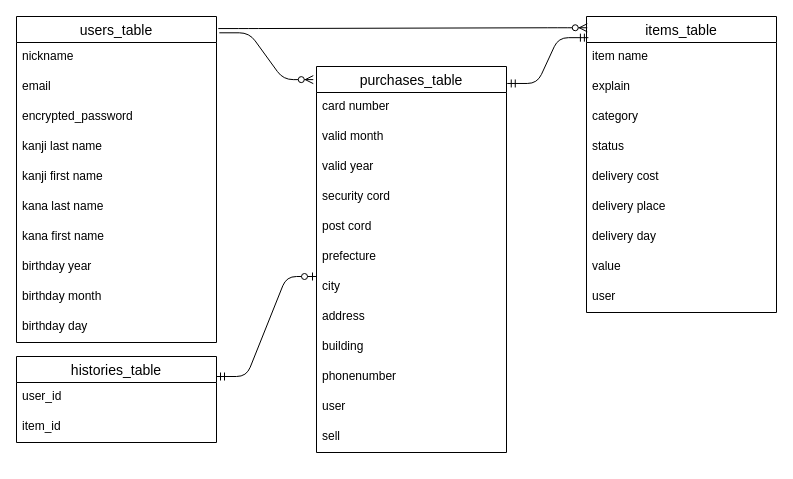
This is furima.dio from Soma1412/furima-37182, a draw.io file, before an edit. Source tidied: cells renumbered, new cells numbered last; positions are measured from the earlier drawing's top-left corner, leaving out a move shared by most shapes. Both pictures are drawn from the tidied source at 100%, with x=0, y=0 at pixel (16, 16).
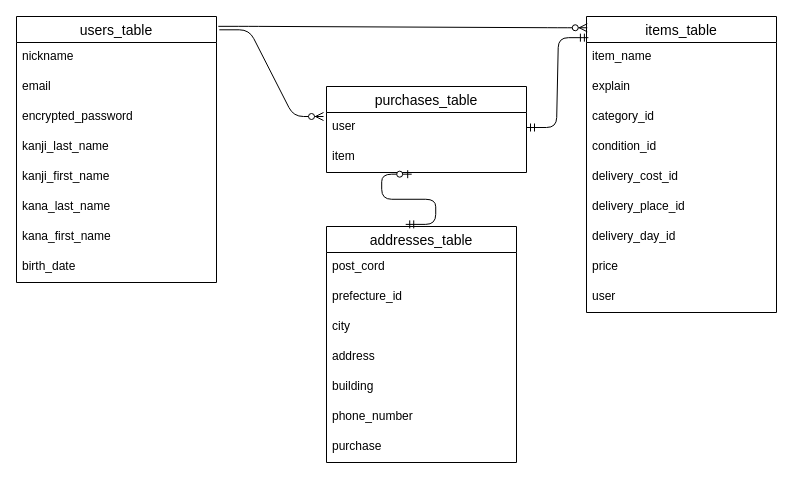
Above is the later version.

Commit message (it also covers changes not shown here):
データベース設計の修正

The change refers to these unchanged cells:
```xml
<mxCell id="13" value="items_table" style="swimlane;fontStyle=0;horizontal=1;startSize=26;align=center;fontSize=14;" parent="1" vertex="1">
  <mxGeometry x="570" width="190" height="296" as="geometry" />
</mxCell>
```

Change to the diagram source:
```diff
@@
     <mxCell id="2" value="users_table" style="swimlane;fontStyle=0;horizontal=1;startSize=26;align=center;fontSize=14;" parent="1" vertex="1">
-      <mxGeometry width="200" height="326" as="geometry" />
+      <mxGeometry width="200" height="266" as="geometry" />
     </mxCell>
@@
-    <mxCell id="6" value="kanji last name" style="text;strokeColor=none;fillColor=none;spacingLeft=4;spacingRight=4;overflow=hidden;fontSize=12;" parent="2" vertex="1">
+    <mxCell id="6" value="kanji_last_name" style="text;strokeColor=none;fillColor=none;spacingLeft=4;spacingRight=4;overflow=hidden;fontSize=12;" parent="2" vertex="1">
       <mxGeometry y="116" width="200" height="30" as="geometry" />
     </mxCell>
-    <mxCell id="7" value="kanji first name" style="text;strokeColor=none;fillColor=none;spacingLeft=4;spacingRight=4;overflow=hidden;fontSize=12;" parent="2" vertex="1">
+    <mxCell id="7" value="kanji_first_name" style="text;strokeColor=none;fillColor=none;spacingLeft=4;spacingRight=4;overflow=hidden;fontSize=12;" parent="2" vertex="1">
       <mxGeometry y="146" width="200" height="30" as="geometry" />
     </mxCell>
-    <mxCell id="8" value="kana last name" style="text;strokeColor=none;fillColor=none;spacingLeft=4;spacingRight=4;overflow=hidden;fontSize=12;" parent="2" vertex="1">
+    <mxCell id="8" value="kana_last_name" style="text;strokeColor=none;fillColor=none;spacingLeft=4;spacingRight=4;overflow=hidden;fontSize=12;" parent="2" vertex="1">
       <mxGeometry y="176" width="200" height="30" as="geometry" />
     </mxCell>
-    <mxCell id="9" value="kana first name" style="text;strokeColor=none;fillColor=none;spacingLeft=4;spacingRight=4;overflow=hidden;fontSize=12;" parent="2" vertex="1">
+    <mxCell id="9" value="kana_first_name" style="text;strokeColor=none;fillColor=none;spacingLeft=4;spacingRight=4;overflow=hidden;fontSize=12;" parent="2" vertex="1">
       <mxGeometry y="206" width="200" height="30" as="geometry" />
     </mxCell>
-    <mxCell id="10" value="birthday year" style="text;strokeColor=none;fillColor=none;spacingLeft=4;spacingRight=4;overflow=hidden;fontSize=12;" parent="2" vertex="1">
-      <mxGeometry y="236" width="200" height="30" as="geometry" />
-    </mxCell>
-    <mxCell id="11" value="birthday month" style="text;strokeColor=none;fillColor=none;spacingLeft=4;spacingRight=4;overflow=hidden;fontSize=12;" parent="2" vertex="1">
-      <mxGeometry y="266" width="200" height="30" as="geometry" />
-    </mxCell>
-    <mxCell id="12" value="birthday day" style="text;strokeColor=none;fillColor=none;spacingLeft=4;spacingRight=4;overflow=hidden;fontSize=12;" parent="2" vertex="1">
-      <mxGeometry y="296" width="200" height="30" as="geometry" />
+    <mxCell id="12" value="birth_date" style="text;strokeColor=none;fillColor=none;spacingLeft=4;spacingRight=4;overflow=hidden;fontSize=12;" parent="2" vertex="1">
+      <mxGeometry y="236" width="200" height="30" as="geometry" />
     </mxCell>
@@
-    <mxCell id="14" value="item name" style="text;strokeColor=none;fillColor=none;spacingLeft=4;spacingRight=4;overflow=hidden;points=[[0,0.5],[1,0.5]];portConstraint=eastwest;fontSize=12;" parent="13" vertex="1">
+    <mxCell id="14" value="item_name" style="text;strokeColor=none;fillColor=none;spacingLeft=4;spacingRight=4;overflow=hidden;points=[[0,0.5],[1,0.5]];portConstraint=eastwest;fontSize=12;" parent="13" vertex="1">
       <mxGeometry y="26" width="190" height="30" as="geometry" />
     </mxCell>
@@
-    <mxCell id="16" value="category" style="text;strokeColor=none;fillColor=none;spacingLeft=4;spacingRight=4;overflow=hidden;fontSize=12;" parent="13" vertex="1">
+    <mxCell id="16" value="category_id" style="text;strokeColor=none;fillColor=none;spacingLeft=4;spacingRight=4;overflow=hidden;fontSize=12;" parent="13" vertex="1">
       <mxGeometry y="86" width="190" height="30" as="geometry" />
     </mxCell>
-    <mxCell id="17" value="status" style="text;strokeColor=none;fillColor=none;spacingLeft=4;spacingRight=4;overflow=hidden;fontSize=12;" parent="13" vertex="1">
+    <mxCell id="17" value="condition_id" style="text;strokeColor=none;fillColor=none;spacingLeft=4;spacingRight=4;overflow=hidden;fontSize=12;" parent="13" vertex="1">
       <mxGeometry y="116" width="190" height="30" as="geometry" />
     </mxCell>
-    <mxCell id="18" value="delivery cost" style="text;strokeColor=none;fillColor=none;spacingLeft=4;spacingRight=4;overflow=hidden;fontSize=12;" parent="13" vertex="1">
+    <mxCell id="18" value="delivery_cost_id" style="text;strokeColor=none;fillColor=none;spacingLeft=4;spacingRight=4;overflow=hidden;fontSize=12;" parent="13" vertex="1">
       <mxGeometry y="146" width="190" height="30" as="geometry" />
     </mxCell>
-    <mxCell id="19" value="delivery place" style="text;strokeColor=none;fillColor=none;spacingLeft=4;spacingRight=4;overflow=hidden;fontSize=12;" parent="13" vertex="1">
+    <mxCell id="19" value="delivery_place_id" style="text;strokeColor=none;fillColor=none;spacingLeft=4;spacingRight=4;overflow=hidden;fontSize=12;" parent="13" vertex="1">
       <mxGeometry y="176" width="190" height="30" as="geometry" />
     </mxCell>
-    <mxCell id="20" value="delivery day" style="text;strokeColor=none;fillColor=none;spacingLeft=4;spacingRight=4;overflow=hidden;fontSize=12;" parent="13" vertex="1">
+    <mxCell id="20" value="delivery_day_id" style="text;strokeColor=none;fillColor=none;spacingLeft=4;spacingRight=4;overflow=hidden;fontSize=12;" parent="13" vertex="1">
       <mxGeometry y="206" width="190" height="30" as="geometry" />
     </mxCell>
-    <mxCell id="21" value="value" style="text;strokeColor=none;fillColor=none;spacingLeft=4;spacingRight=4;overflow=hidden;fontSize=12;" parent="13" vertex="1">
-      <mxGeometry y="236" width="190" height="30" as="geometry" />
-    </mxCell>
+    <mxCell id="43" value="price" style="text;strokeColor=none;fillColor=none;spacingLeft=4;spacingRight=4;overflow=hidden;fontSize=12;" parent="13" vertex="1">
+      <mxGeometry y="236" width="190" height="30" as="geometry" />
+    </mxCell>
@@
-    <mxCell id="23" value="purchases_table" style="swimlane;fontStyle=0;horizontal=1;startSize=26;align=center;fontSize=14;" parent="1" vertex="1">
-      <mxGeometry x="300" y="50" width="190" height="386" as="geometry" />
+    <mxCell id="23" value="addresses_table" style="swimlane;fontStyle=0;horizontal=1;startSize=26;align=center;fontSize=14;" parent="1" vertex="1">
+      <mxGeometry x="310" y="210" width="190" height="236" as="geometry" />
     </mxCell>
-    <mxCell id="24" value="card number" style="text;strokeColor=none;fillColor=none;spacingLeft=4;spacingRight=4;overflow=hidden;fontSize=12;" parent="23" vertex="1">
-      <mxGeometry y="26" width="190" height="30" as="geometry" />
-    </mxCell>
-    <mxCell id="25" value="valid month" style="text;strokeColor=none;fillColor=none;spacingLeft=4;spacingRight=4;overflow=hidden;fontSize=12;" parent="23" vertex="1">
-      <mxGeometry y="56" width="190" height="30" as="geometry" />
-    </mxCell>
-    <mxCell id="26" value="valid year" style="text;strokeColor=none;fillColor=none;spacingLeft=4;spacingRight=4;overflow=hidden;fontSize=12;" parent="23" vertex="1">
-      <mxGeometry y="86" width="190" height="30" as="geometry" />
-    </mxCell>
-    <mxCell id="27" value="security cord" style="text;strokeColor=none;fillColor=none;spacingLeft=4;spacingRight=4;overflow=hidden;fontSize=12;" parent="23" vertex="1">
-      <mxGeometry y="116" width="190" height="30" as="geometry" />
-    </mxCell>
-    <mxCell id="28" value="post cord" style="text;strokeColor=none;fillColor=none;spacingLeft=4;spacingRight=4;overflow=hidden;fontSize=12;" parent="23" vertex="1">
-      <mxGeometry y="146" width="190" height="30" as="geometry" />
+    <mxCell id="28" value="post_cord" style="text;strokeColor=none;fillColor=none;spacingLeft=4;spacingRight=4;overflow=hidden;fontSize=12;" parent="23" vertex="1">
+      <mxGeometry y="26" width="190" height="30" as="geometry" />
     </mxCell>
-    <mxCell id="29" value="prefecture" style="text;strokeColor=none;fillColor=none;spacingLeft=4;spacingRight=4;overflow=hidden;fontSize=12;" parent="23" vertex="1">
-      <mxGeometry y="176" width="190" height="30" as="geometry" />
+    <mxCell id="29" value="prefecture_id" style="text;strokeColor=none;fillColor=none;spacingLeft=4;spacingRight=4;overflow=hidden;fontSize=12;" parent="23" vertex="1">
+      <mxGeometry y="56" width="190" height="30" as="geometry" />
     </mxCell>
     <mxCell id="30" value="city" style="text;strokeColor=none;fillColor=none;spacingLeft=4;spacingRight=4;overflow=hidden;fontSize=12;" parent="23" vertex="1">
-      <mxGeometry y="206" width="190" height="30" as="geometry" />
+      <mxGeometry y="86" width="190" height="30" as="geometry" />
     </mxCell>
     <mxCell id="31" value="address" style="text;strokeColor=none;fillColor=none;spacingLeft=4;spacingRight=4;overflow=hidden;fontSize=12;" parent="23" vertex="1">
-      <mxGeometry y="236" width="190" height="30" as="geometry" />
+      <mxGeometry y="116" width="190" height="30" as="geometry" />
     </mxCell>
     <mxCell id="32" value="building" style="text;strokeColor=none;fillColor=none;spacingLeft=4;spacingRight=4;overflow=hidden;fontSize=12;" parent="23" vertex="1">
-      <mxGeometry y="266" width="190" height="30" as="geometry" />
+      <mxGeometry y="146" width="190" height="30" as="geometry" />
     </mxCell>
-    <mxCell id="33" value="phonenumber" style="text;strokeColor=none;fillColor=none;spacingLeft=4;spacingRight=4;overflow=hidden;fontSize=12;" parent="23" vertex="1">
-      <mxGeometry y="296" width="190" height="30" as="geometry" />
+    <mxCell id="33" value="phone_number" style="text;strokeColor=none;fillColor=none;spacingLeft=4;spacingRight=4;overflow=hidden;fontSize=12;" parent="23" vertex="1">
+      <mxGeometry y="176" width="190" height="30" as="geometry" />
     </mxCell>
-    <mxCell id="34" value="user" style="text;strokeColor=none;fillColor=none;spacingLeft=4;spacingRight=4;overflow=hidden;fontSize=12;" parent="23" vertex="1">
-      <mxGeometry y="326" width="190" height="30" as="geometry" />
+    <mxCell id="34" value="purchase" style="text;strokeColor=none;fillColor=none;spacingLeft=4;spacingRight=4;overflow=hidden;fontSize=12;" parent="23" vertex="1">
+      <mxGeometry y="206" width="190" height="30" as="geometry" />
     </mxCell>
-    <mxCell id="35" value="sell" style="text;strokeColor=none;fillColor=none;spacingLeft=4;spacingRight=4;overflow=hidden;fontSize=12;" parent="23" vertex="1">
-      <mxGeometry y="356" width="190" height="30" as="geometry" />
-    </mxCell>
@@
-    <mxCell id="37" style="edgeStyle=entityRelationEdgeStyle;fontSize=12;html=1;endArrow=ERzeroToMany;endFill=1;entryX=-0.017;entryY=0.034;entryDx=0;entryDy=0;exitX=1.014;exitY=0.05;exitDx=0;exitDy=0;exitPerimeter=0;entryPerimeter=0;" parent="1" edge="1" source="2" target="23">
-      <mxGeometry relative="1" as="geometry" />
+    <mxCell id="37" style="edgeStyle=entityRelationEdgeStyle;fontSize=12;html=1;endArrow=ERzeroToMany;endFill=1;exitX=1.014;exitY=0.05;exitDx=0;exitDy=0;exitPerimeter=0;" parent="1" edge="1" source="2">
+      <mxGeometry relative="1" as="geometry">
+        <mxPoint x="307" y="100" as="targetPoint" />
+      </mxGeometry>
     </mxCell>
-    <mxCell id="38" style="edgeStyle=entityRelationEdgeStyle;fontSize=12;html=1;endArrow=ERmandOne;startArrow=ERmandOne;exitX=1.004;exitY=0.044;exitDx=0;exitDy=0;exitPerimeter=0;entryX=0.01;entryY=-0.161;entryDx=0;entryDy=0;entryPerimeter=0;" parent="1" edge="1" source="23" target="14">
+    <mxCell id="38" style="edgeStyle=entityRelationEdgeStyle;fontSize=12;html=1;endArrow=ERmandOne;startArrow=ERmandOne;exitX=1;exitY=0.5;exitDx=0;exitDy=0;entryX=0.01;entryY=-0.161;entryDx=0;entryDy=0;entryPerimeter=0;" parent="1" edge="1" source="40" target="14">
       <mxGeometry relative="1" as="geometry" />
     </mxCell>
-    <mxCell id="39" value="histories_table" style="swimlane;fontStyle=0;horizontal=1;startSize=26;align=center;fontSize=14;" parent="1" vertex="1">
-      <mxGeometry y="340" width="200" height="86" as="geometry" />
+    <mxCell id="39" value="purchases_table" style="swimlane;fontStyle=0;horizontal=1;startSize=26;align=center;fontSize=14;" parent="1" vertex="1">
+      <mxGeometry x="310" y="70" width="200" height="86" as="geometry" />
     </mxCell>
-    <mxCell id="40" value="user_id" style="text;strokeColor=none;fillColor=none;spacingLeft=4;spacingRight=4;overflow=hidden;points=[[0,0.5],[1,0.5]];portConstraint=eastwest;fontSize=12;" parent="39" vertex="1">
+    <mxCell id="40" value="user" style="text;strokeColor=none;fillColor=none;spacingLeft=4;spacingRight=4;overflow=hidden;points=[[0,0.5],[1,0.5]];portConstraint=eastwest;fontSize=12;" parent="39" vertex="1">
       <mxGeometry y="26" width="200" height="30" as="geometry" />
     </mxCell>
-    <mxCell id="41" value="item_id" style="text;strokeColor=none;fillColor=none;spacingLeft=4;spacingRight=4;overflow=hidden;points=[[0,0.5],[1,0.5]];portConstraint=eastwest;fontSize=12;" parent="39" vertex="1">
+    <mxCell id="41" value="item" style="text;strokeColor=none;fillColor=none;spacingLeft=4;spacingRight=4;overflow=hidden;points=[[0,0.5],[1,0.5]];portConstraint=eastwest;fontSize=12;" parent="39" vertex="1">
       <mxGeometry y="56" width="200" height="30" as="geometry" />
     </mxCell>
-    <mxCell id="42" style="edgeStyle=entityRelationEdgeStyle;fontSize=12;html=1;endArrow=ERzeroToOne;startArrow=ERmandOne;" parent="1" edge="1">
-      <mxGeometry relative="1" as="geometry">
-        <mxPoint x="200" y="360" as="sourcePoint" />
-        <mxPoint x="300" y="260" as="targetPoint" />
-      </mxGeometry>
+    <mxCell id="42" style="edgeStyle=entityRelationEdgeStyle;fontSize=12;html=1;endArrow=ERzeroToOne;startArrow=ERmandOne;entryX=0.426;entryY=1.056;entryDx=0;entryDy=0;entryPerimeter=0;exitX=0.417;exitY=-0.009;exitDx=0;exitDy=0;exitPerimeter=0;" parent="1" edge="1" source="23" target="41">
+      <mxGeometry relative="1" as="geometry" />
     </mxCell>
```
